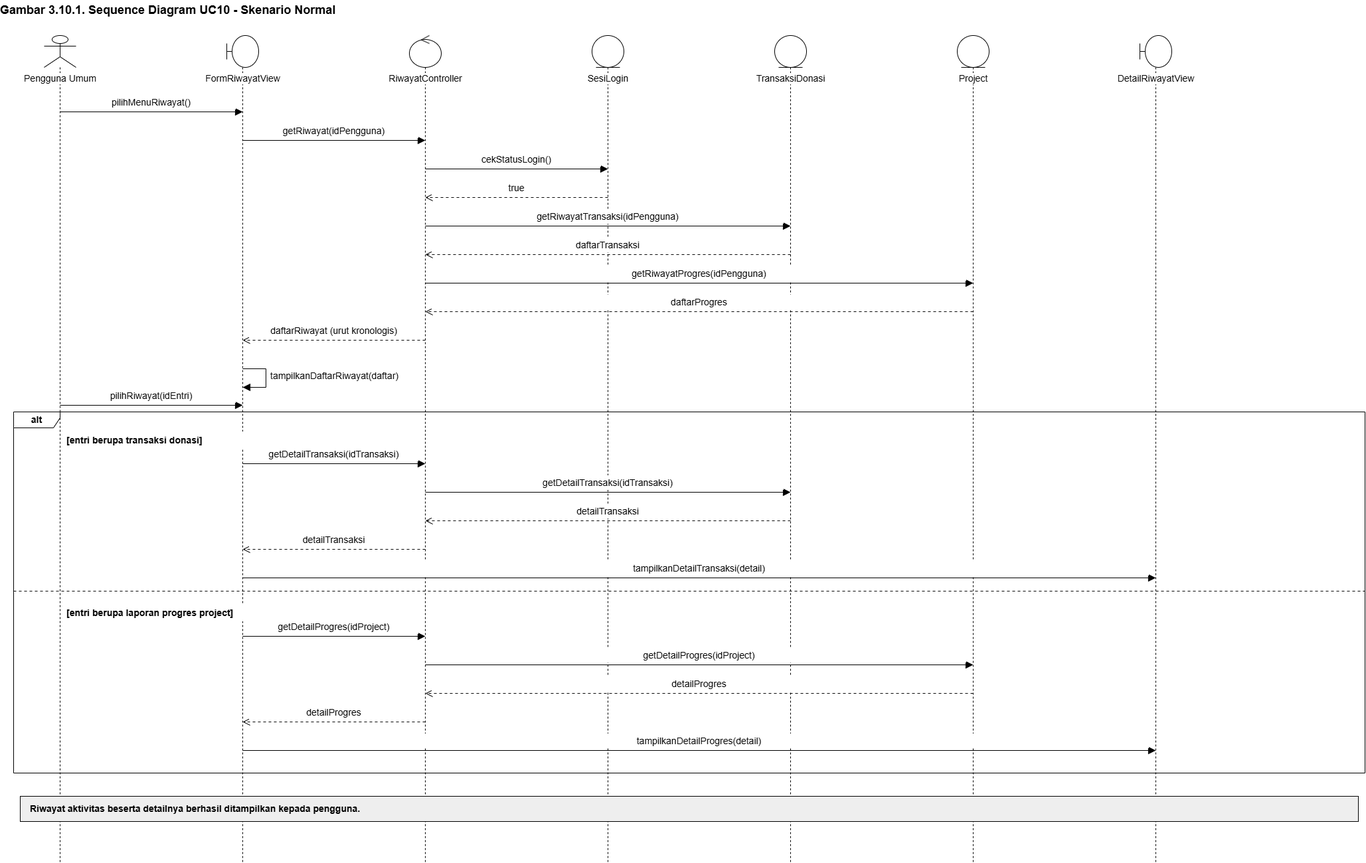
Above: docs/M7/assets/diagram/sequence-uc10-normal.png in Brynpamungkas/IF2150-RPL-K02-G08 (draw.io), before the change. Source tidied: cells renumbered, new cells last; positions are measured from the earlier drawing's top-left corner, leaving out a move shared by most shapes.
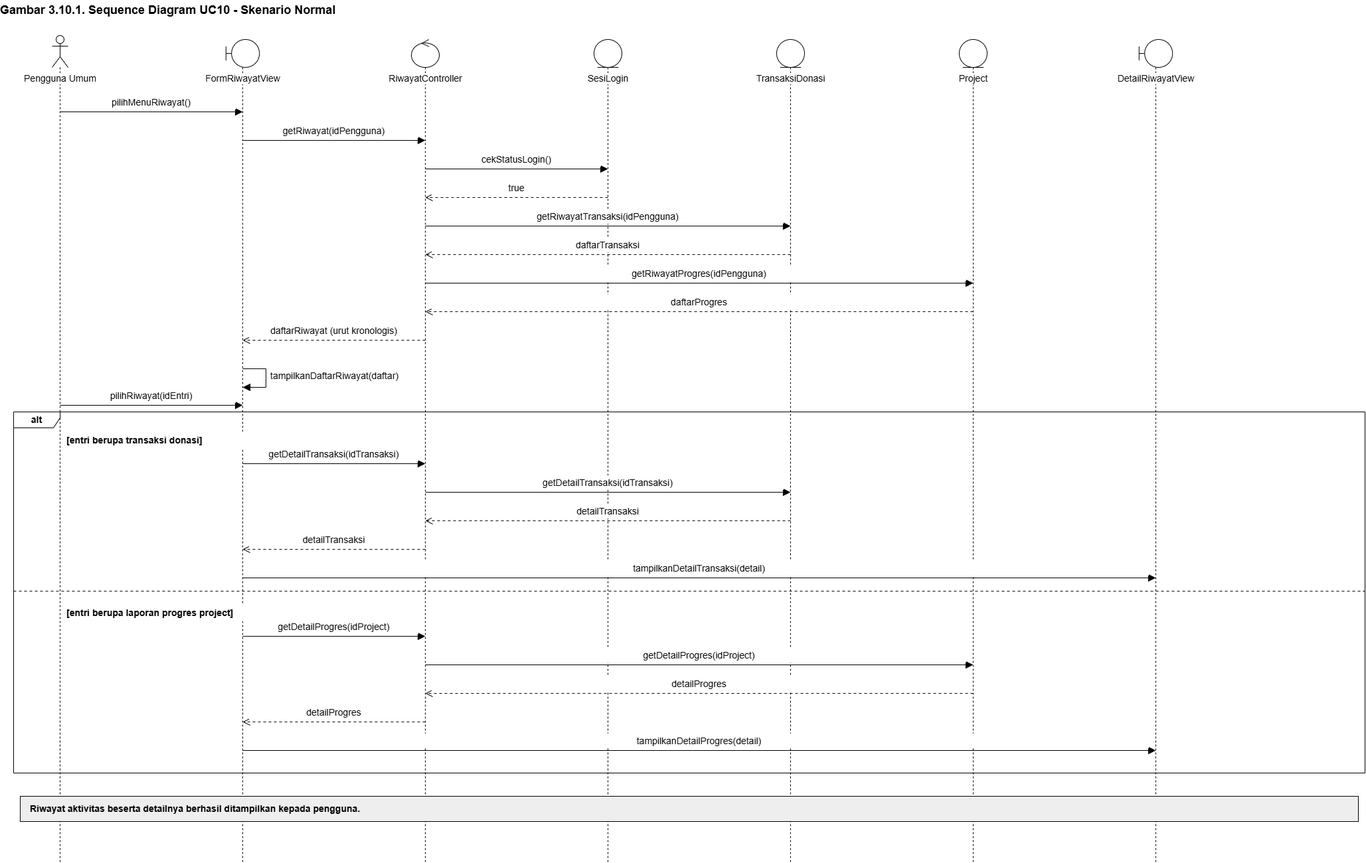
The same file after the commit.

Commit message:
assets: add sequence diagram 3.8-3.10

Diff of the diagram source:
```diff
@@ -6,25 +6,25 @@
       <mxGeometry width="2055" height="30" as="geometry" />
     </mxCell>
     <mxCell id="3" value="Pengguna Umum" style="shape=umlLifeline;participant=umlActor;perimeter=lifelinePerimeter;whiteSpace=nowrap;html=1;verticalAlign=top;spacingTop=50;size=48;fontFamily=Arial;fontSize=14;labelBackgroundColor=#FFFFFF;fillColor=#FFFFFF;strokeColor=#000000;" parent="1" vertex="1">
-      <mxGeometry x="66" y="53" width="48" height="1246" as="geometry" />
+      <mxGeometry x="78" y="53" width="24" height="1246" as="geometry" />
     </mxCell>
-    <mxCell id="4" value="FormRiwayatView" style="shape=umlLifeline;participant=umlBoundary;perimeter=lifelinePerimeter;whiteSpace=nowrap;html=1;verticalAlign=top;spacingTop=50;size=48;fontFamily=Arial;fontSize=14;labelBackgroundColor=#FFFFFF;fillColor=#FFFFFF;strokeColor=#000000;" parent="1" vertex="1">
-      <mxGeometry x="341" y="53" width="48" height="1246" as="geometry" />
+    <mxCell id="4" value="FormRiwayatView" style="shape=umlLifeline;participant=umlBoundary;perimeter=lifelinePerimeter;whiteSpace=nowrap;html=1;verticalAlign=top;spacingTop=44;size=42;fontFamily=Arial;fontSize=14;labelBackgroundColor=#FFFFFF;fillColor=#FFFFFF;strokeColor=#000000;" parent="1" vertex="1">
+      <mxGeometry x="339.8" y="59" width="50.4" height="1240" as="geometry" />
     </mxCell>
-    <mxCell id="5" value="RiwayatController" style="shape=umlLifeline;participant=umlControl;perimeter=lifelinePerimeter;whiteSpace=nowrap;html=1;verticalAlign=top;spacingTop=50;size=48;fontFamily=Arial;fontSize=14;labelBackgroundColor=#FFFFFF;fillColor=#FFFFFF;strokeColor=#000000;" parent="1" vertex="1">
-      <mxGeometry x="616" y="53" width="48" height="1246" as="geometry" />
+    <mxCell id="5" value="RiwayatController" style="shape=umlLifeline;participant=umlControl;perimeter=lifelinePerimeter;whiteSpace=nowrap;html=1;verticalAlign=top;spacingTop=44;size=42;fontFamily=Arial;fontSize=14;labelBackgroundColor=#FFFFFF;fillColor=#FFFFFF;strokeColor=#000000;" parent="1" vertex="1">
+      <mxGeometry x="619" y="59" width="42" height="1240" as="geometry" />
     </mxCell>
-    <mxCell id="6" value="SesiLogin" style="shape=umlLifeline;participant=umlEntity;perimeter=lifelinePerimeter;whiteSpace=nowrap;html=1;verticalAlign=top;spacingTop=50;size=48;fontFamily=Arial;fontSize=14;labelBackgroundColor=#FFFFFF;fillColor=#FFFFFF;strokeColor=#000000;" parent="1" vertex="1">
-      <mxGeometry x="891" y="53" width="48" height="1246" as="geometry" />
+    <mxCell id="6" value="SesiLogin" style="shape=umlLifeline;participant=umlEntity;perimeter=lifelinePerimeter;whiteSpace=nowrap;html=1;verticalAlign=top;spacingTop=44;size=42;fontFamily=Arial;fontSize=14;labelBackgroundColor=#FFFFFF;fillColor=#FFFFFF;strokeColor=#000000;" parent="1" vertex="1">
+      <mxGeometry x="894" y="59" width="42" height="1240" as="geometry" />
     </mxCell>
-    <mxCell id="7" value="TransaksiDonasi" style="shape=umlLifeline;participant=umlEntity;perimeter=lifelinePerimeter;whiteSpace=nowrap;html=1;verticalAlign=top;spacingTop=50;size=48;fontFamily=Arial;fontSize=14;labelBackgroundColor=#FFFFFF;fillColor=#FFFFFF;strokeColor=#000000;" parent="1" vertex="1">
-      <mxGeometry x="1166" y="53" width="48" height="1246" as="geometry" />
+    <mxCell id="7" value="TransaksiDonasi" style="shape=umlLifeline;participant=umlEntity;perimeter=lifelinePerimeter;whiteSpace=nowrap;html=1;verticalAlign=top;spacingTop=44;size=42;fontFamily=Arial;fontSize=14;labelBackgroundColor=#FFFFFF;fillColor=#FFFFFF;strokeColor=#000000;" parent="1" vertex="1">
+      <mxGeometry x="1169" y="59" width="42" height="1240" as="geometry" />
     </mxCell>
-    <mxCell id="8" value="Project" style="shape=umlLifeline;participant=umlEntity;perimeter=lifelinePerimeter;whiteSpace=nowrap;html=1;verticalAlign=top;spacingTop=50;size=48;fontFamily=Arial;fontSize=14;labelBackgroundColor=#FFFFFF;fillColor=#FFFFFF;strokeColor=#000000;" parent="1" vertex="1">
-      <mxGeometry x="1441" y="53" width="48" height="1246" as="geometry" />
+    <mxCell id="8" value="Project" style="shape=umlLifeline;participant=umlEntity;perimeter=lifelinePerimeter;whiteSpace=nowrap;html=1;verticalAlign=top;spacingTop=44;size=42;fontFamily=Arial;fontSize=14;labelBackgroundColor=#FFFFFF;fillColor=#FFFFFF;strokeColor=#000000;" parent="1" vertex="1">
+      <mxGeometry x="1444" y="59" width="42" height="1240" as="geometry" />
     </mxCell>
-    <mxCell id="9" value="DetailRiwayatView" style="shape=umlLifeline;participant=umlBoundary;perimeter=lifelinePerimeter;whiteSpace=nowrap;html=1;verticalAlign=top;spacingTop=50;size=48;fontFamily=Arial;fontSize=14;labelBackgroundColor=#FFFFFF;fillColor=#FFFFFF;strokeColor=#000000;" parent="1" vertex="1">
-      <mxGeometry x="1716" y="53" width="48" height="1246" as="geometry" />
+    <mxCell id="9" value="DetailRiwayatView" style="shape=umlLifeline;participant=umlBoundary;perimeter=lifelinePerimeter;whiteSpace=nowrap;html=1;verticalAlign=top;spacingTop=44;size=42;fontFamily=Arial;fontSize=14;labelBackgroundColor=#FFFFFF;fillColor=#FFFFFF;strokeColor=#000000;" parent="1" vertex="1">
+      <mxGeometry x="1714.8" y="59" width="50.4" height="1240" as="geometry" />
     </mxCell>
     <mxCell id="10" value="alt" style="shape=umlFrame;whiteSpace=wrap;html=1;width=70;height=24;fontFamily=Arial;fontSize=14;fontStyle=1;fillColor=none;strokeColor=#000000;" parent="1" vertex="1">
       <mxGeometry x="20" y="620" width="2035" height="544" as="geometry" />
```
